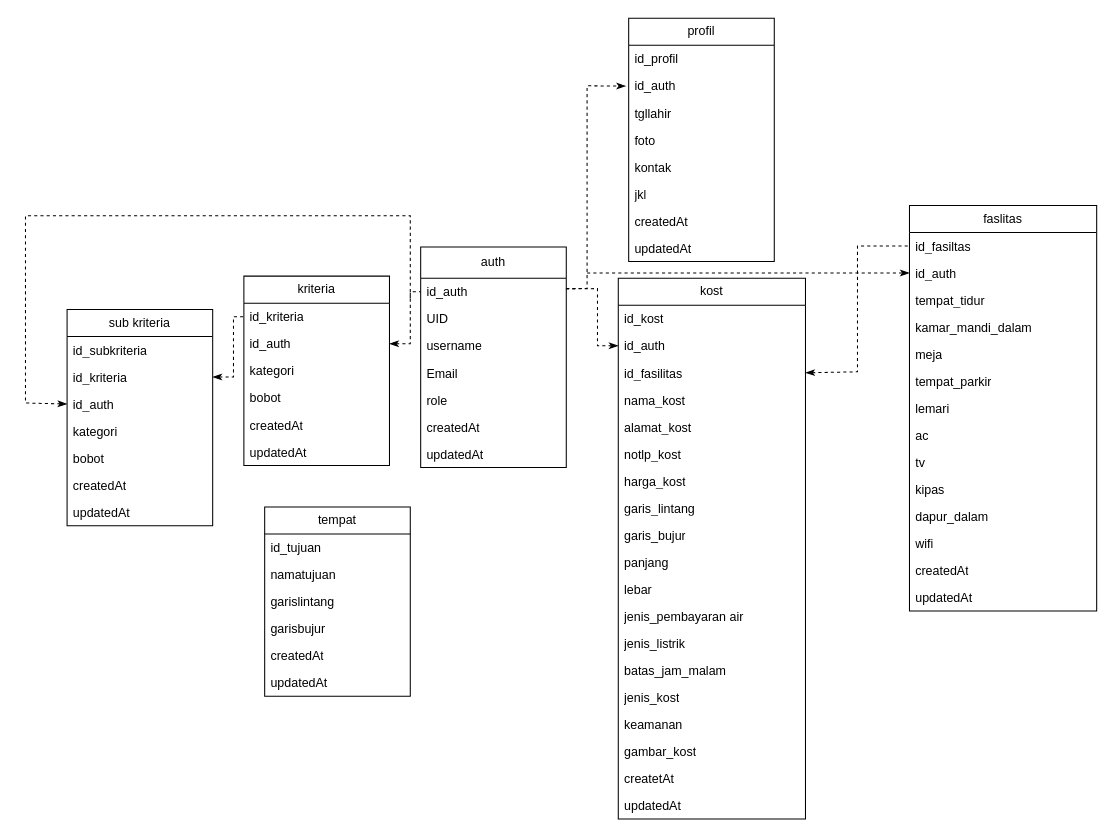
Above: page "Class Diagram" (1 of 2) of drawio/class digaram.drawio in HANNN-YOLO/skripsi (draw.io), before the change. Source tidied: cells renumbered, new cells numbered last; positions are measured from the earlier drawing's top-left corner, leaving out a move shared by most shapes. Both pictures are drawn from the tidied source at 104%, with x=0, y=0 at pixel (25, 18).
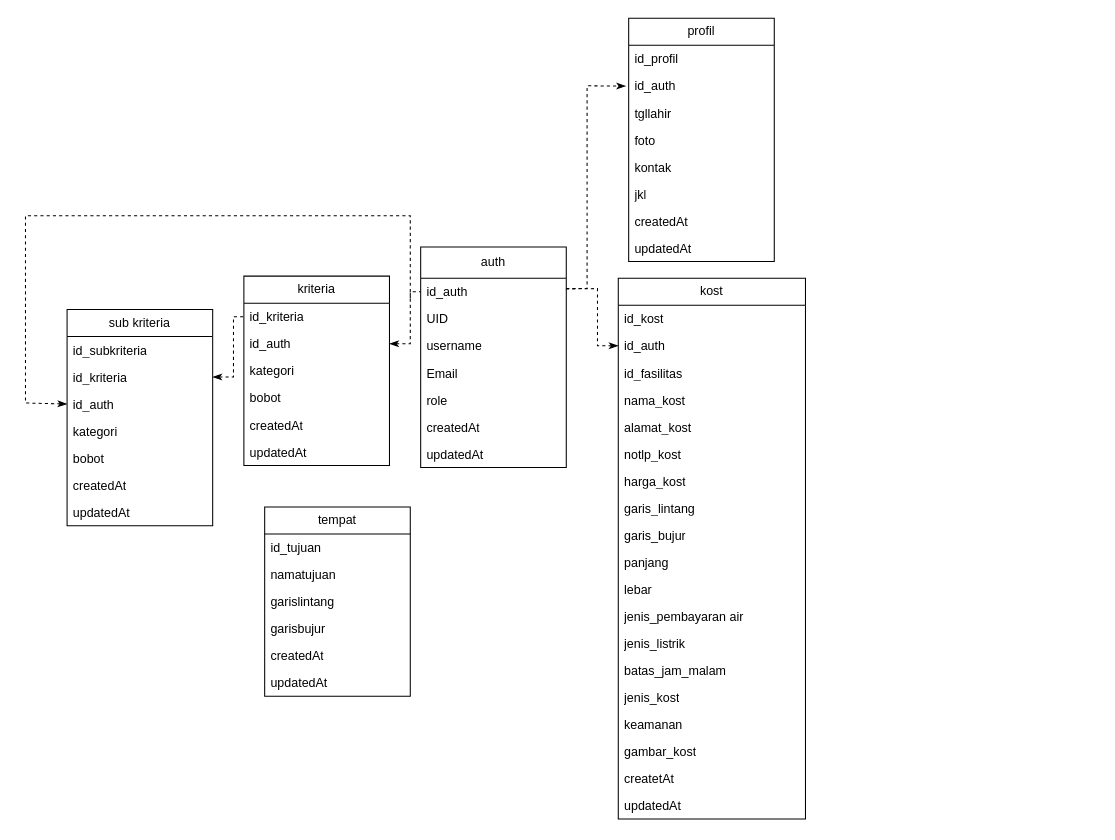
Above is the later version.

Commit message (it also covers changes not shown here):
done update class diagram

The change refers to these unchanged cells:
```xml
<mxCell id="22" value="id_fasilitas" style="text;strokeColor=none;fillColor=none;align=left;verticalAlign=top;spacingLeft=4;spacingRight=4;overflow=hidden;points=[[0,0.5],[1,0.5]];portConstraint=eastwest;whiteSpace=wrap;html=1;" parent="19" vertex="1">
  <mxGeometry y="78" width="180" height="26" as="geometry" />
</mxCell>
```

Change to the diagram source:
```diff
@@
-    <mxCell id="39" value="faslitas" style="swimlane;fontStyle=0;horizontal=1;startSize=26;fillColor=none;whiteSpace=wrap;html=1;" parent="1" vertex="1">
-      <mxGeometry x="850" y="180" width="180" height="390" as="geometry" />
-    </mxCell>
-    <mxCell id="40" value="id_fasiltas" style="text;strokeColor=none;fillColor=none;align=left;verticalAlign=top;spacingLeft=4;spacingRight=4;overflow=hidden;points=[[0,0.5],[1,0.5]];portConstraint=eastwest;whiteSpace=wrap;html=1;" parent="39" vertex="1">
-      <mxGeometry y="26" width="180" height="26" as="geometry" />
-    </mxCell>
-    <mxCell id="41" value="id_auth" style="text;strokeColor=none;fillColor=none;align=left;verticalAlign=top;spacingLeft=4;spacingRight=4;overflow=hidden;points=[[0,0.5],[1,0.5]];portConstraint=eastwest;whiteSpace=wrap;html=1;" parent="39" vertex="1">
-      <mxGeometry y="52" width="180" height="26" as="geometry" />
-    </mxCell>
-    <mxCell id="42" value="tempat_tidur" style="text;strokeColor=none;fillColor=none;align=left;verticalAlign=top;spacingLeft=4;spacingRight=4;overflow=hidden;whiteSpace=wrap;html=1;" parent="39" vertex="1">
-      <mxGeometry y="78" width="180" height="26" as="geometry" />
-    </mxCell>
-    <mxCell id="43" value="kamar_mandi_dalam" style="text;strokeColor=none;fillColor=none;align=left;verticalAlign=top;spacingLeft=4;spacingRight=4;overflow=hidden;whiteSpace=wrap;html=1;" parent="39" vertex="1">
-      <mxGeometry y="104" width="180" height="26" as="geometry" />
-    </mxCell>
-    <mxCell id="44" value="meja" style="text;strokeColor=none;fillColor=none;align=left;verticalAlign=top;spacingLeft=4;spacingRight=4;overflow=hidden;whiteSpace=wrap;html=1;" parent="39" vertex="1">
-      <mxGeometry y="130" width="180" height="26" as="geometry" />
-    </mxCell>
-    <mxCell id="45" value="tempat_parkir" style="text;strokeColor=none;fillColor=none;align=left;verticalAlign=top;spacingLeft=4;spacingRight=4;overflow=hidden;whiteSpace=wrap;html=1;" parent="39" vertex="1">
-      <mxGeometry y="156" width="180" height="26" as="geometry" />
-    </mxCell>
-    <mxCell id="46" value="lemari" style="text;strokeColor=none;fillColor=none;align=left;verticalAlign=top;spacingLeft=4;spacingRight=4;overflow=hidden;whiteSpace=wrap;html=1;" parent="39" vertex="1">
-      <mxGeometry y="182" width="180" height="26" as="geometry" />
-    </mxCell>
-    <mxCell id="47" value="ac&amp;nbsp;" style="text;strokeColor=none;fillColor=none;align=left;verticalAlign=top;spacingLeft=4;spacingRight=4;overflow=hidden;whiteSpace=wrap;html=1;" parent="39" vertex="1">
-      <mxGeometry y="208" width="180" height="26" as="geometry" />
-    </mxCell>
-    <mxCell id="48" value="tv&amp;nbsp;" style="text;strokeColor=none;fillColor=none;align=left;verticalAlign=top;spacingLeft=4;spacingRight=4;overflow=hidden;whiteSpace=wrap;html=1;" parent="39" vertex="1">
-      <mxGeometry y="234" width="180" height="26" as="geometry" />
-    </mxCell>
-    <mxCell id="49" value="kipas" style="text;strokeColor=none;fillColor=none;align=left;verticalAlign=top;spacingLeft=4;spacingRight=4;overflow=hidden;whiteSpace=wrap;html=1;" parent="39" vertex="1">
-      <mxGeometry y="260" width="180" height="26" as="geometry" />
-    </mxCell>
-    <mxCell id="50" value="dapur_dalam" style="text;strokeColor=none;fillColor=none;align=left;verticalAlign=top;spacingLeft=4;spacingRight=4;overflow=hidden;whiteSpace=wrap;html=1;" parent="39" vertex="1">
-      <mxGeometry y="286" width="180" height="26" as="geometry" />
-    </mxCell>
-    <mxCell id="51" value="wifi" style="text;strokeColor=none;fillColor=none;align=left;verticalAlign=top;spacingLeft=4;spacingRight=4;overflow=hidden;whiteSpace=wrap;html=1;" parent="39" vertex="1">
-      <mxGeometry y="312" width="180" height="26" as="geometry" />
-    </mxCell>
-    <mxCell id="52" value="createdAt" style="text;strokeColor=none;fillColor=none;align=left;verticalAlign=top;spacingLeft=4;spacingRight=4;overflow=hidden;whiteSpace=wrap;html=1;" parent="39" vertex="1">
-      <mxGeometry y="338" width="180" height="26" as="geometry" />
-    </mxCell>
-    <mxCell id="53" value="updatedAt" style="text;strokeColor=none;fillColor=none;align=left;verticalAlign=top;spacingLeft=4;spacingRight=4;overflow=hidden;whiteSpace=wrap;html=1;" parent="39" vertex="1">
-      <mxGeometry y="364" width="180" height="26" as="geometry" />
-    </mxCell>
@@
-    <mxCell id="72" style="endArrow=classicThin;dashed=1;html=1;rounded=0;entryX=0;entryY=0.5;entryDx=0;entryDy=0;endFill=1;" parent="1" edge="1" target="41">
-      <mxGeometry relative="1" as="geometry">
-        <mxPoint x="540" y="245" as="sourcePoint" />
-      </mxGeometry>
-    </mxCell>
-    <mxCell id="73" style="endArrow=none;dashed=1;html=1;rounded=0;exitX=1;exitY=0.5;exitDx=0;exitDy=0;entryX=0;entryY=0.5;entryDx=0;entryDy=0;startArrow=classicThin;startFill=1;" parent="1" edge="1" source="22" target="40">
-      <mxGeometry relative="1" as="geometry">
-        <Array as="points">
-          <mxPoint x="800" y="340" />
-          <mxPoint x="800" y="219" />
-        </Array>
-      </mxGeometry>
-    </mxCell>
```
